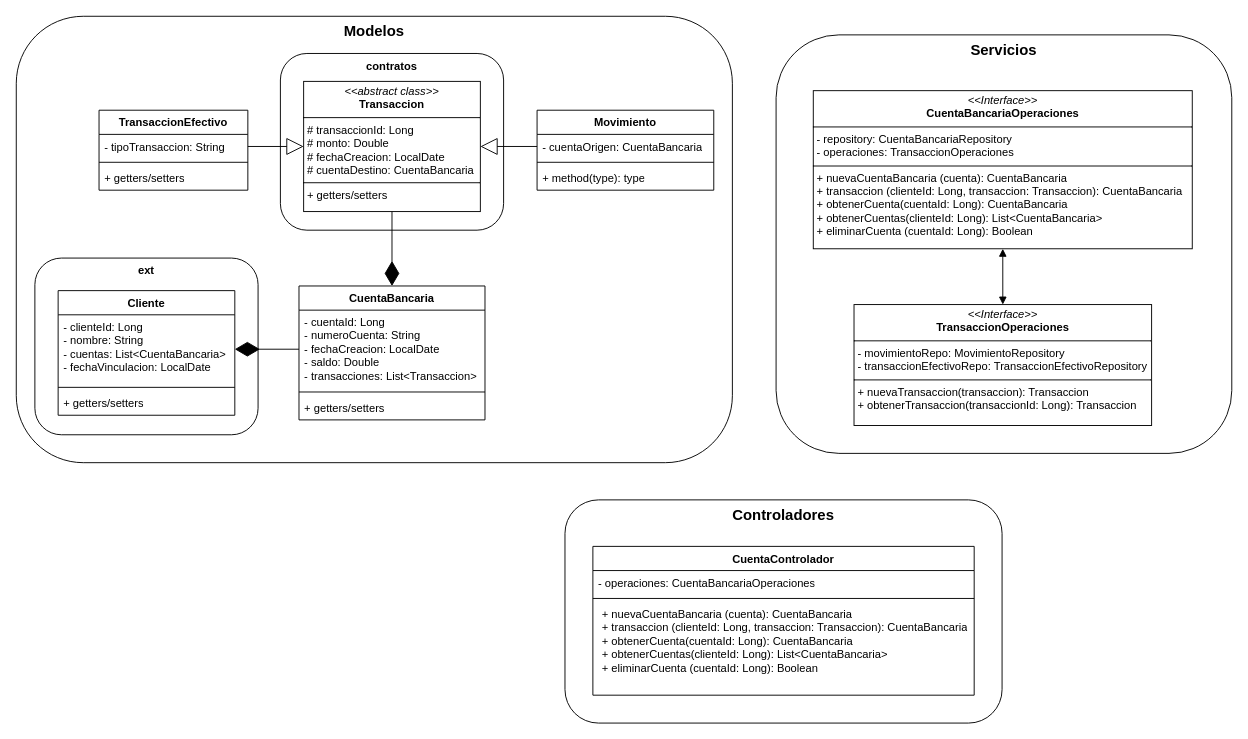
Before: img/saldos-micro.drawio in Murcia805/Spring-Taller6-CuentaBancaria, a draw.io diagram. Source tidied: cells renumbered, new cells numbered last; positions are measured from the earlier drawing's top-left corner, leaving out a move shared by most shapes. Both pictures are drawn from the tidied source at 93%, with x=0, y=0 at pixel (16, 16).
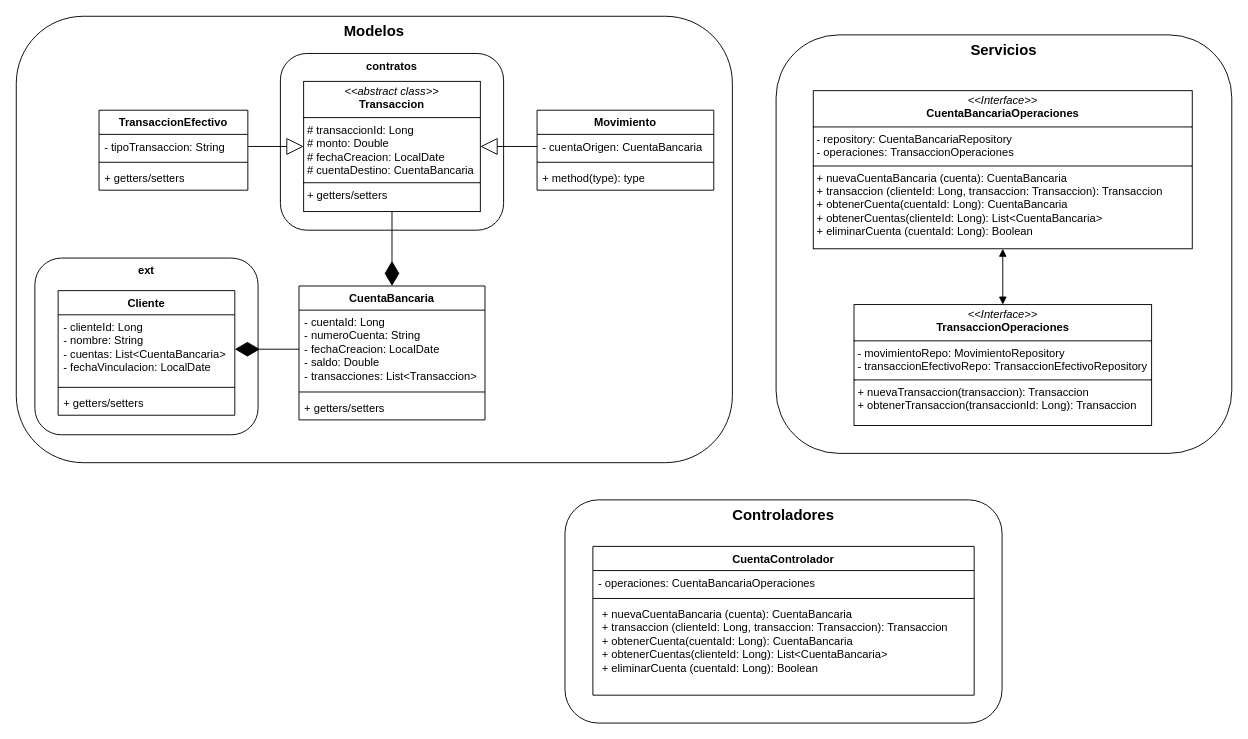
After the change.

Commit message (it also covers changes not shown here):
docs: ajuste de imagen

The change refers to these unchanged cells:
```xml
<mxCell id="30" style="group;" parent="28" vertex="1">
  <mxGeometry x="40" y="60" width="407.5" height="360" as="geometry" />
</mxCell>
<mxCell id="36" value="CuentaControlador" style="swimlane;fontStyle=1;align=center;verticalAlign=top;horizontal=1;startSize=26;whiteSpace=wrap;html=1;" parent="34" vertex="1">
  <mxGeometry x="30" y="50" width="410" height="160" as="geometry" />
</mxCell>
```

What changed in the source:
```diff
@@
-    <mxCell id="31" value="&lt;p style=&quot;margin:0px;margin-top:4px;text-align:center;&quot;&gt;&lt;i&gt;&amp;lt;&amp;lt;Interface&amp;gt;&amp;gt;&lt;/i&gt;&lt;br&gt;&lt;b&gt;CuentaBancariaOperaciones&lt;/b&gt;&lt;/p&gt;&lt;hr size=&quot;1&quot; style=&quot;border-style:solid;&quot;&gt;&lt;p style=&quot;margin:0px;margin-left:4px;&quot;&gt;- repository: CuentaBancariaRepository&lt;/p&gt;&lt;p style=&quot;margin:0px;margin-left:4px;&quot;&gt;- operaciones: TransaccionOperaciones&lt;/p&gt;&lt;hr size=&quot;1&quot; style=&quot;border-style:solid;&quot;&gt;&lt;p style=&quot;margin:0px;margin-left:4px;&quot;&gt;+ nuevaCuentaBancaria (cuenta): CuentaBancaria&lt;br&gt;+ transaccion (clienteId: Long, transaccion: Transaccion): CuentaBancaria&lt;/p&gt;&lt;p style=&quot;margin:0px;margin-left:4px;&quot;&gt;+ obtenerCuenta(cuentaId: Long): CuentaBancaria&lt;/p&gt;&lt;p style=&quot;margin:0px;margin-left:4px;&quot;&gt;+ obtenerCuentas(clienteId: Long): List&amp;lt;CuentaBancaria&amp;gt;&lt;/p&gt;&lt;p style=&quot;margin:0px;margin-left:4px;&quot;&gt;+ eliminarCuenta (cuentaId: Long): Boolean&lt;/p&gt;" style="verticalAlign=top;align=left;overflow=fill;html=1;whiteSpace=wrap;" parent="30" vertex="1">
+    <mxCell id="31" value="&lt;p style=&quot;margin:0px;margin-top:4px;text-align:center;&quot;&gt;&lt;i&gt;&amp;lt;&amp;lt;Interface&amp;gt;&amp;gt;&lt;/i&gt;&lt;br&gt;&lt;b&gt;CuentaBancariaOperaciones&lt;/b&gt;&lt;/p&gt;&lt;hr size=&quot;1&quot; style=&quot;border-style:solid;&quot;&gt;&lt;p style=&quot;margin:0px;margin-left:4px;&quot;&gt;- repository: CuentaBancariaRepository&lt;/p&gt;&lt;p style=&quot;margin:0px;margin-left:4px;&quot;&gt;- operaciones: TransaccionOperaciones&lt;/p&gt;&lt;hr size=&quot;1&quot; style=&quot;border-style:solid;&quot;&gt;&lt;p style=&quot;margin:0px;margin-left:4px;&quot;&gt;+ nuevaCuentaBancaria (cuenta): CuentaBancaria&lt;br&gt;+ transaccion (clienteId: Long, transaccion: Transaccion): Transaccion&lt;/p&gt;&lt;p style=&quot;margin:0px;margin-left:4px;&quot;&gt;+ obtenerCuenta(cuentaId: Long): CuentaBancaria&lt;/p&gt;&lt;p style=&quot;margin:0px;margin-left:4px;&quot;&gt;+ obtenerCuentas(clienteId: Long): List&amp;lt;CuentaBancaria&amp;gt;&lt;/p&gt;&lt;p style=&quot;margin:0px;margin-left:4px;&quot;&gt;+ eliminarCuenta (cuentaId: Long): Boolean&lt;/p&gt;" style="verticalAlign=top;align=left;overflow=fill;html=1;whiteSpace=wrap;" parent="30" vertex="1">
       <mxGeometry width="407.5" height="170" as="geometry" />
     </mxCell>
@@
-    <mxCell id="39" value="&lt;p style=&quot;margin: 0px 0px 0px 4px;&quot;&gt;+ nuevaCuentaBancaria (cuenta): CuentaBancaria&lt;br&gt;+ transaccion (clienteId: Long, transaccion: Transaccion): CuentaBancaria&lt;/p&gt;&lt;p style=&quot;margin: 0px 0px 0px 4px;&quot;&gt;+ obtenerCuenta(cuentaId: Long): CuentaBancaria&lt;/p&gt;&lt;p style=&quot;margin: 0px 0px 0px 4px;&quot;&gt;+ obtenerCuentas(clienteId: Long): List&amp;lt;CuentaBancaria&amp;gt;&lt;/p&gt;&lt;p style=&quot;margin: 0px 0px 0px 4px;&quot;&gt;+ eliminarCuenta (cuentaId: Long): Boolean&lt;/p&gt;" style="text;strokeColor=none;fillColor=none;align=left;verticalAlign=top;spacingLeft=4;spacingRight=4;overflow=hidden;whiteSpace=wrap;html=1;" parent="36" vertex="1">
+    <mxCell id="39" value="&lt;p style=&quot;margin: 0px 0px 0px 4px;&quot;&gt;+ nuevaCuentaBancaria (cuenta): CuentaBancaria&lt;br&gt;+ transaccion (clienteId: Long, transaccion: Transaccion): Transaccion&lt;/p&gt;&lt;p style=&quot;margin: 0px 0px 0px 4px;&quot;&gt;+ obtenerCuenta(cuentaId: Long): CuentaBancaria&lt;/p&gt;&lt;p style=&quot;margin: 0px 0px 0px 4px;&quot;&gt;+ obtenerCuentas(clienteId: Long): List&amp;lt;CuentaBancaria&amp;gt;&lt;/p&gt;&lt;p style=&quot;margin: 0px 0px 0px 4px;&quot;&gt;+ eliminarCuenta (cuentaId: Long): Boolean&lt;/p&gt;" style="text;strokeColor=none;fillColor=none;align=left;verticalAlign=top;spacingLeft=4;spacingRight=4;overflow=hidden;whiteSpace=wrap;html=1;" parent="36" vertex="1">
       <mxGeometry y="60" width="410" height="100" as="geometry" />
     </mxCell>
```
